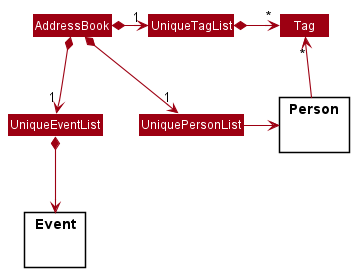
ryanongra/tp keeps this PlantUML diagram as docs/images/BetterModelClassDiagram.png. Above is the earlier version.
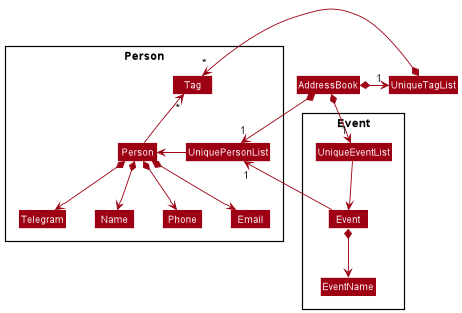
Above is the later version.

What changed in the source:
```diff
@@ -3,19 +3,37 @@
 skinparam arrowThickness 1.1
 skinparam arrowColor MODEL_COLOR
 skinparam classBackgroundColor MODEL_COLOR
-
-package Person {}
-package Event {}
-
+package Person {
+Class UniquePersonList
+Class Person
+Class Name
+Class Phone
+Class Email
+Class Telegram
+Class Tag
+}
+package Event {
+Class UniqueEventList
+class Event
+class EventName
+}
+AddressBook *--> "1" UniquePersonList
 AddressBook *-down-> "1" UniqueEventList
-AddressBook *-right-> "1" UniquePersonList
 AddressBook *-right-> "1" UniqueTagList
 UniqueTagList -[hidden]down- UniquePersonList
 UniqueTagList -[hidden]down- UniquePersonList
 
 UniqueTagList *-right-> "*" Tag
-UniqueEventList *-down-> Event
 UniquePersonList -right-> Person
+UniqueEventList -down-> Event
 
 Person -up-> "*" Tag
+
+Person *--> Name
+Person *--> Phone
+Person *--> Email
+Person *--> Telegram
+
+Event *--> EventName
+Event -up-> "1" UniquePersonList
 @enduml
```
